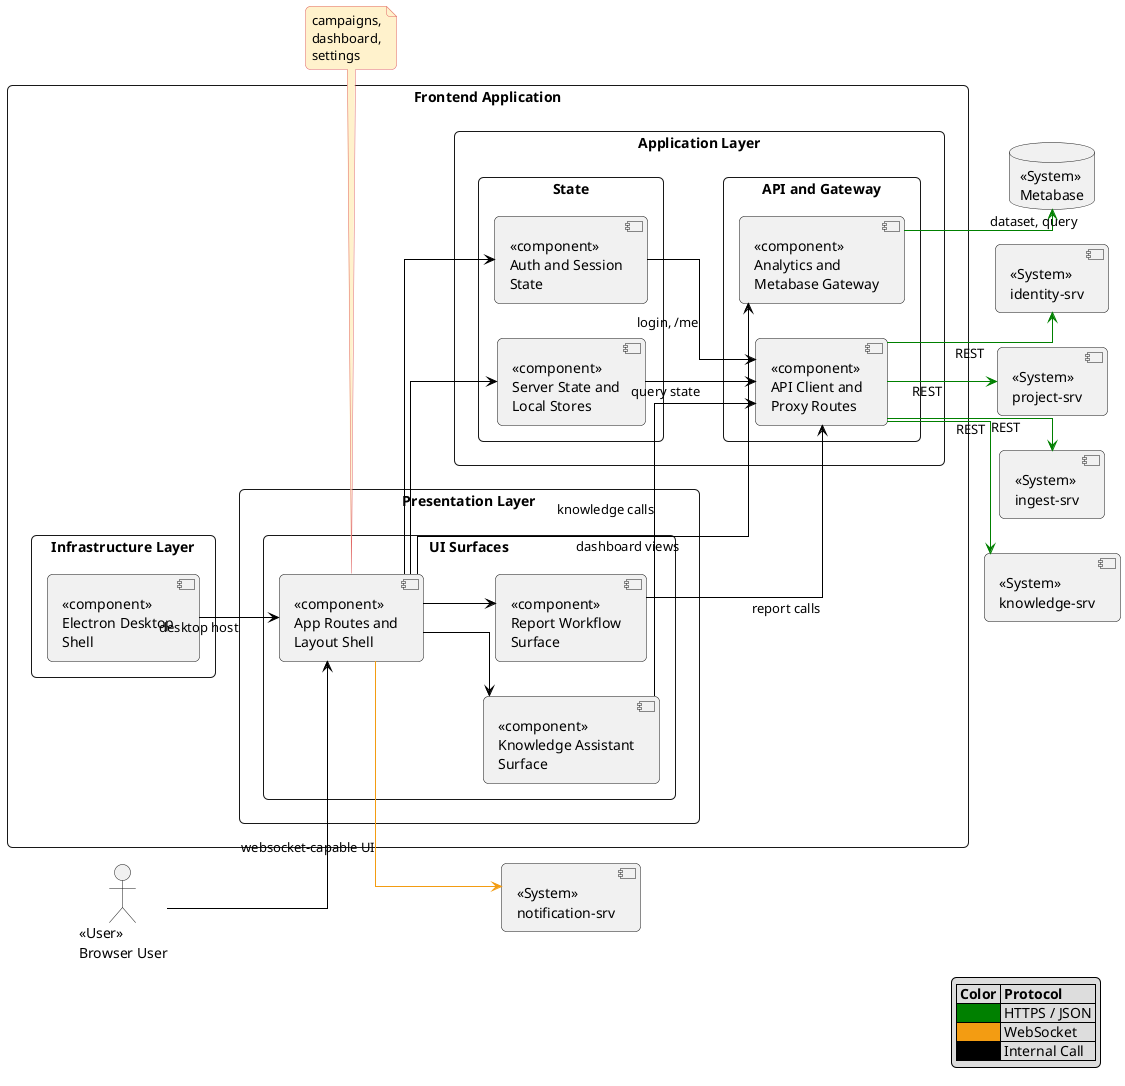
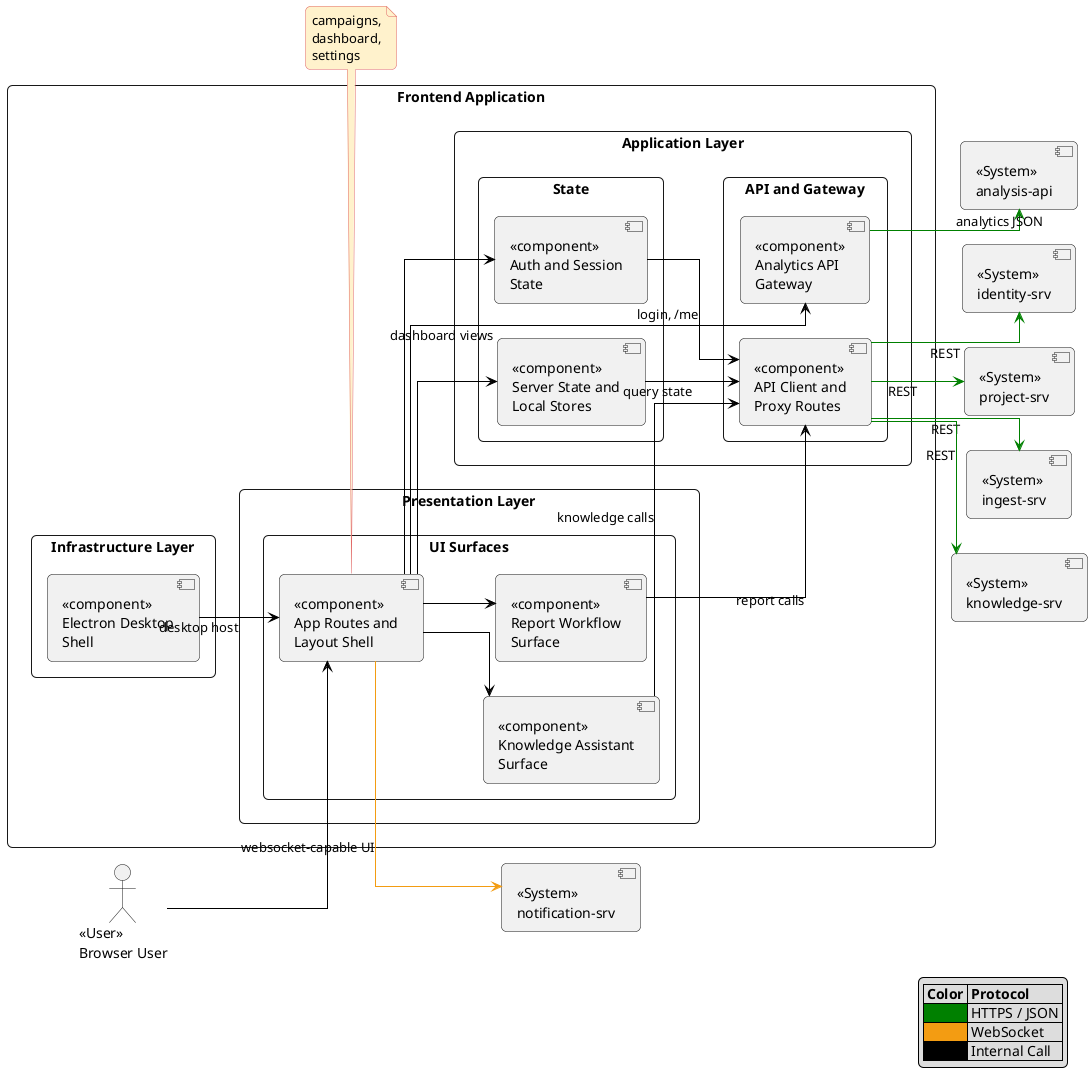
@startuml
skinparam defaultFontName Arial
skinparam shadowing false
skinparam componentStyle uml2
skinparam packageStyle rectangle
skinparam roundcorner 10
skinparam linetype ortho
skinparam noteBackgroundColor #FFF2CC
skinparam noteBorderColor #E06666
left to right direction

rectangle "Frontend Application" {
  package "Presentation Layer" {
    package "UI Surfaces" {
      component "«component»\nApp Routes and\nLayout Shell" as fe_routes
      component "«component»\nKnowledge Assistant\nSurface" as fe_assistant
      component "«component»\nReport Workflow\nSurface" as fe_reports
    }
  }

  package "Application Layer" {
    package "State" {
      component "«component»\nAuth and Session\nState" as fe_auth
      component "«component»\nServer State and\nLocal Stores" as fe_state
    }
    package "API and Gateway" {
      component "«component»\nAPI Client and\nProxy Routes" as fe_api
-       component "«component»\nAnalytics and\nMetabase Gateway" as fe_analytics
+       component "«component»\nAnalytics API\nGateway" as fe_analytics
    }
  }

  package "Infrastructure Layer" {
    component "«component»\nElectron Desktop\nShell" as fe_electron
  }
}

actor "«User»\nBrowser User" as fe_user
- database "«System»\nMetabase" as fe_metabase
+ component "«System»\nanalysis-api" as fe_analysis
component "«System»\nidentity-srv" as fe_identity
component "«System»\nproject-srv" as fe_project
component "«System»\ningest-srv" as fe_ingest
component "«System»\nknowledge-srv" as fe_knowledge
component "«System»\nnotification-srv" as fe_notification

fe_user -[#000000]-> fe_routes
fe_routes -[#000000]-> fe_auth
fe_routes -[#000000]-> fe_state
fe_routes -[#000000]-> fe_assistant
fe_routes -[#000000]-> fe_reports
fe_assistant -[#000000]-> fe_api : knowledge calls
fe_reports -[#000000]-> fe_api : report calls
fe_auth -[#000000]-> fe_api : login, /me
fe_state -[#000000]-> fe_api : query state
fe_routes -[#000000]-> fe_analytics : dashboard views
- fe_analytics -[#008000]-> fe_metabase : dataset, query
+ fe_analytics -[#008000]-> fe_analysis : analytics JSON
fe_api -[#008000]-> fe_identity : REST
fe_api -[#008000]-> fe_project : REST
fe_api -[#008000]-> fe_ingest : REST
fe_api -[#008000]-> fe_knowledge : REST
fe_routes -[#F39C12]-> fe_notification : websocket-capable UI
fe_electron -[#000000]-> fe_routes : desktop host

note bottom of fe_routes
campaigns,
dashboard,
settings
end note

legend right
|= Color |= Protocol |
|<#008000>  | HTTPS / JSON |
|<#F39C12>  | WebSocket |
|<#000000>  | Internal Call |
endlegend
@enduml
